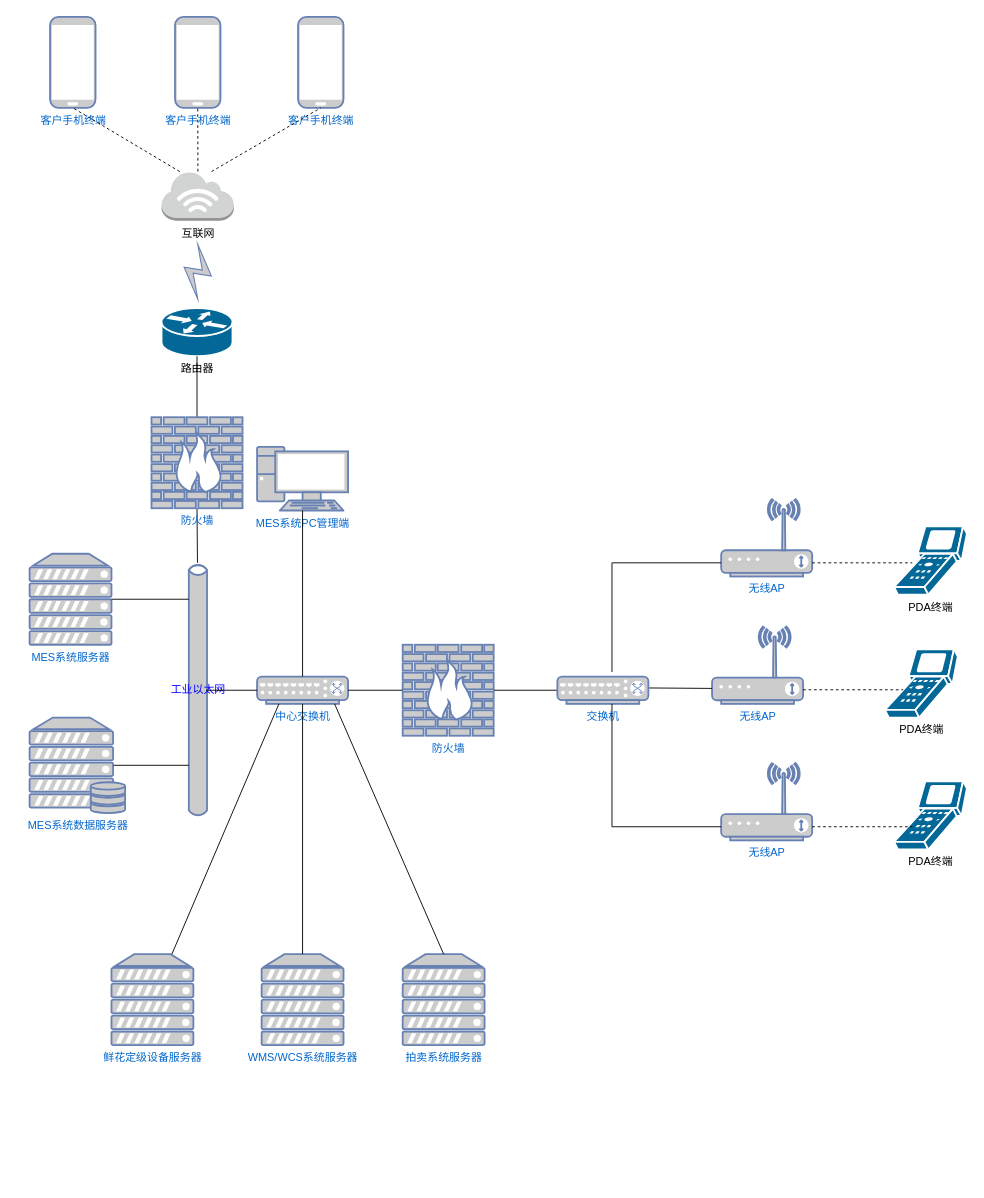
Earlier version of the draw.io diagram 系统网络架构.drawio (yuxibiwin/draw). Source tidied: cells renumbered, new cells numbered last; positions are measured from the earlier drawing's top-left corner, leaving out a move shared by most shapes. Both pictures are drawn from the tidied source at 91%, with x=0, y=0 at pixel (29, 16).
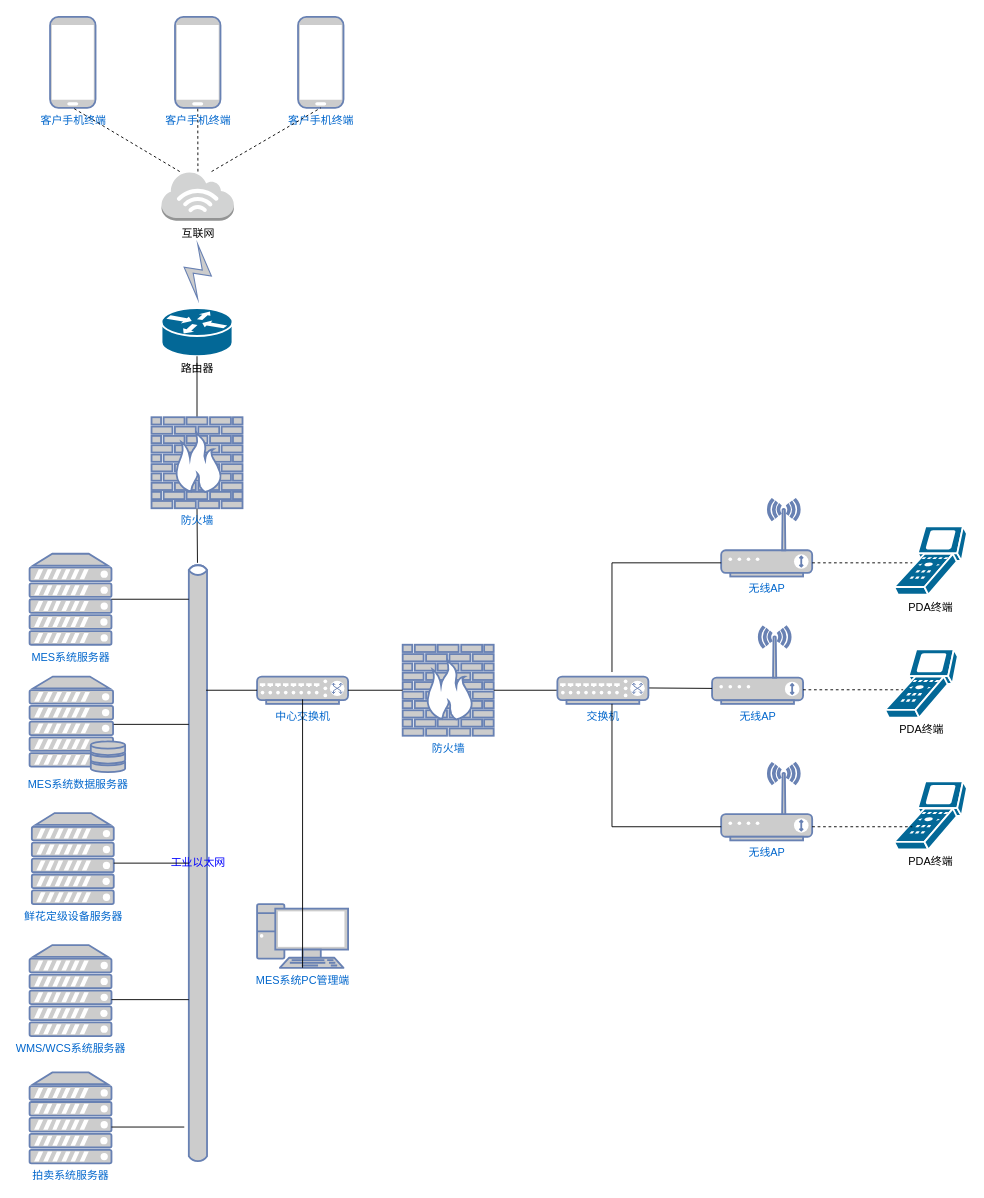
The same diagram, later.

Commit message (it also covers changes not shown here):
更新系统网络架构.drawio

The change refers to these unchanged cells:
```xml
<mxCell id="8" value="中心交换机" style="fontColor=#0066CC;verticalAlign=top;verticalLabelPosition=bottom;labelPosition=center;align=center;html=1;outlineConnect=0;fillColor=#CCCCCC;strokeColor=#6881B3;gradientColor=none;gradientDirection=north;strokeWidth=2;shape=mxgraph.networks.switch;" parent="1" vertex="1">
  <mxGeometry x="250" y="725" width="100" height="30" as="geometry" />
</mxCell>
```

Diff of the diagram source:
```diff
@@
     <mxCell id="3" value="MES系统数据服务器" style="fontColor=#0066CC;verticalAlign=top;verticalLabelPosition=bottom;labelPosition=center;align=center;html=1;outlineConnect=0;fillColor=#CCCCCC;strokeColor=#6881B3;gradientColor=none;gradientDirection=north;strokeWidth=2;shape=mxgraph.networks.server_storage;" parent="1" vertex="1">
-      <mxGeometry y="770" width="105" height="105" as="geometry" />
+      <mxGeometry y="725" width="105" height="105" as="geometry" />
     </mxCell>
@@
     <mxCell id="5" value="MES系统PC管理端" style="fontColor=#0066CC;verticalAlign=top;verticalLabelPosition=bottom;labelPosition=center;align=center;html=1;outlineConnect=0;fillColor=#CCCCCC;strokeColor=#6881B3;gradientColor=none;gradientDirection=north;strokeWidth=2;shape=mxgraph.networks.pc;" parent="1" vertex="1">
-      <mxGeometry x="250" y="472.5" width="100" height="70" as="geometry" />
+      <mxGeometry x="250" y="975" width="100" height="70" as="geometry" />
     </mxCell>
@@
     <mxCell id="11" value="&lt;font color=&quot;#0000ff&quot;&gt;工业以太网&lt;/font&gt;" style="html=1;outlineConnect=0;fillColor=#CCCCCC;strokeColor=#6881B3;gradientColor=none;gradientDirection=north;strokeWidth=2;shape=mxgraph.networks.bus;gradientColor=none;gradientDirection=north;fontColor=#ffffff;perimeter=backbonePerimeter;backboneSize=20;direction=south;flipV=1;" parent="1" vertex="1">
-      <mxGeometry x="180" y="600" width="10" height="280" as="geometry" />
+      <mxGeometry x="180" y="600" width="10" height="660" as="geometry" />
     </mxCell>
@@
-    <mxCell id="30" style="endArrow=none;html=1;rounded=0;entryX=0.5;entryY=1;entryDx=0;entryDy=0;entryPerimeter=0;" parent="1" edge="1" target="5">
-      <mxGeometry relative="1" as="geometry">
-        <mxPoint x="300" y="725" as="sourcePoint" />
-      </mxGeometry>
+    <mxCell id="30" style="endArrow=none;html=1;rounded=0;entryX=0.5;entryY=1;entryDx=0;entryDy=0;entryPerimeter=0;exitX=0.5;exitY=0.833;exitDx=0;exitDy=0;exitPerimeter=0;" parent="1" edge="1" source="8" target="5">
+      <mxGeometry relative="1" as="geometry" />
     </mxCell>
     <mxCell id="31" value="鲜花定级设备服务器" style="fontColor=#0066CC;verticalAlign=top;verticalLabelPosition=bottom;labelPosition=center;align=center;html=1;outlineConnect=0;fillColor=#CCCCCC;strokeColor=#6881B3;gradientColor=none;gradientDirection=north;strokeWidth=2;shape=mxgraph.networks.server;" parent="1" vertex="1">
-      <mxGeometry x="90" y="1030" width="90" height="100" as="geometry" />
+      <mxGeometry x="2.5" y="875" width="90" height="100" as="geometry" />
     </mxCell>
     <mxCell id="32" value="WMS/WCS系统服务器" style="fontColor=#0066CC;verticalAlign=top;verticalLabelPosition=bottom;labelPosition=center;align=center;html=1;outlineConnect=0;fillColor=#CCCCCC;strokeColor=#6881B3;gradientColor=none;gradientDirection=north;strokeWidth=2;shape=mxgraph.networks.server;" parent="1" vertex="1">
-      <mxGeometry x="255" y="1030" width="90" height="100" as="geometry" />
+      <mxGeometry y="1020" width="90" height="100" as="geometry" />
     </mxCell>
     <mxCell id="33" value="拍卖系统服务器" style="fontColor=#0066CC;verticalAlign=top;verticalLabelPosition=bottom;labelPosition=center;align=center;html=1;outlineConnect=0;fillColor=#CCCCCC;strokeColor=#6881B3;gradientColor=none;gradientDirection=north;strokeWidth=2;shape=mxgraph.networks.server;" parent="1" vertex="1">
-      <mxGeometry x="410" y="1030" width="90" height="100" as="geometry" />
+      <mxGeometry y="1160" width="90" height="100" as="geometry" />
     </mxCell>
-    <mxCell id="34" style="endArrow=none;html=1;rounded=0;" parent="1" edge="1" source="31">
-      <mxGeometry relative="1" as="geometry">
-        <mxPoint x="274" y="755" as="targetPoint" />
-      </mxGeometry>
-    </mxCell>
-    <mxCell id="35" style="endArrow=none;html=1;rounded=0;exitX=0.5;exitY=0;exitDx=0;exitDy=0;exitPerimeter=0;" parent="1" edge="1" source="32">
-      <mxGeometry relative="1" as="geometry">
-        <mxPoint x="300" y="755" as="targetPoint" />
-      </mxGeometry>
-    </mxCell>
-    <mxCell id="36" style="endArrow=none;html=1;rounded=0;exitX=0.5;exitY=0;exitDx=0;exitDy=0;exitPerimeter=0;" parent="1" edge="1" source="33">
-      <mxGeometry relative="1" as="geometry">
-        <mxPoint x="335.2" y="755" as="targetPoint" />
-      </mxGeometry>
-    </mxCell>
@@
+    <mxCell id="45" style="endArrow=none;html=1;rounded=0;" parent="1" edge="1" target="11">
+      <mxGeometry relative="1" as="geometry">
+        <mxPoint x="92.5" y="930" as="sourcePoint" />
+      </mxGeometry>
+    </mxCell>
+    <mxCell id="46" style="endArrow=none;html=1;rounded=0;" parent="1" edge="1" target="11">
+      <mxGeometry relative="1" as="geometry">
+        <mxPoint x="90" y="1080" as="sourcePoint" />
+      </mxGeometry>
+    </mxCell>
+    <mxCell id="47" style="endArrow=none;html=1;rounded=0;" parent="1" edge="1">
+      <mxGeometry relative="1" as="geometry">
+        <mxPoint x="90" y="1220" as="sourcePoint" />
+        <mxPoint x="170" y="1220" as="targetPoint" />
+      </mxGeometry>
+    </mxCell>
```
